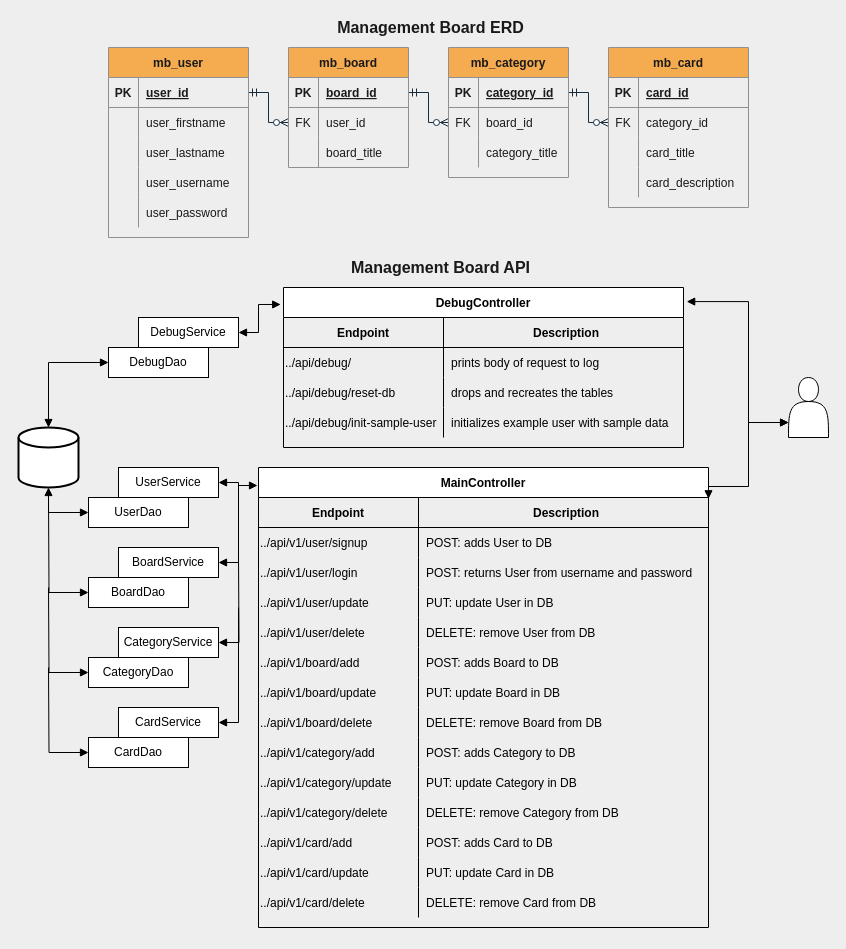
Above: ManagementBoardBack/src/main/resources/db/erd and api.drawio in mjmbuilds/StagingManagementBoardProject (draw.io), before the change. Source tidied: cells renumbered, new cells numbered last; positions are measured from the earlier drawing's top-left corner, leaving out a move shared by most shapes. Both pictures are drawn from the tidied source at 100%, with x=0, y=0 at pixel (18, 17).
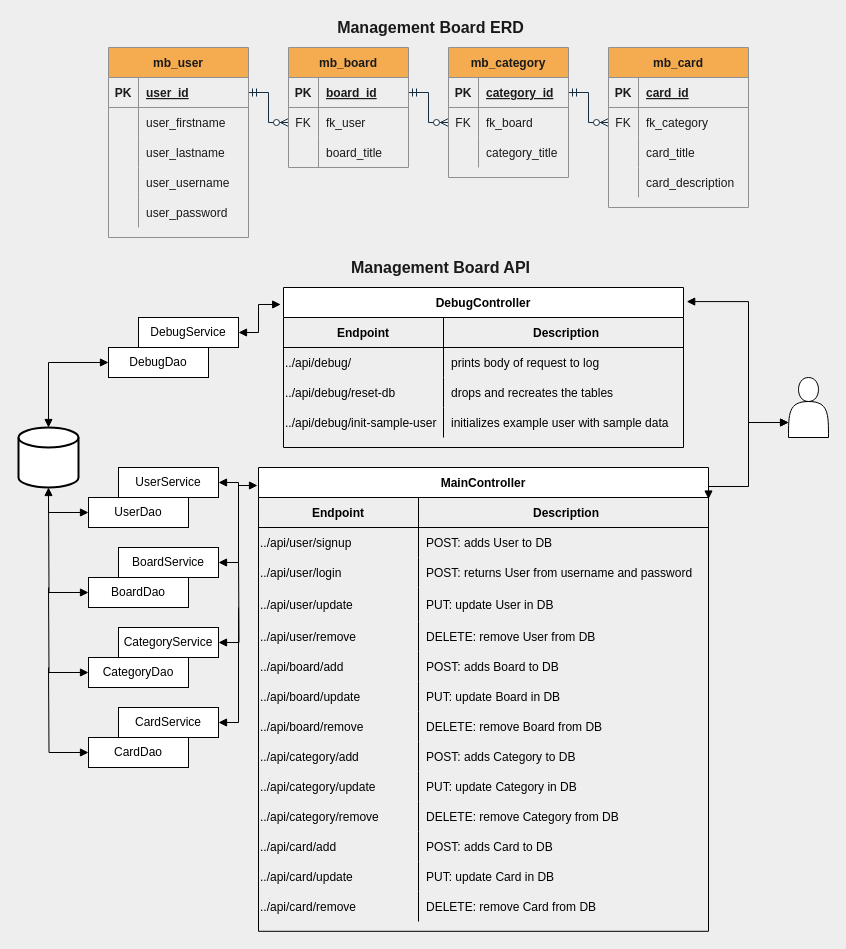
The same page after the edit.

Unchanged cells that the change refers to:
```xml
<mxCell id="29" style="shape=partialRectangle;fillColor=none;top=0;left=0;bottom=0;right=0;points=[[0,0.5],[1,0.5]];portConstraint=eastwest;strokeColor=#909090;fontColor=#1A1A1A;" parent="25" vertex="1">
  <mxGeometry y="60" width="120" height="30" as="geometry" />
</mxCell>
<mxCell id="39" style="shape=partialRectangle;fillColor=none;top=0;left=0;bottom=0;right=0;points=[[0,0.5],[1,0.5]];portConstraint=eastwest;strokeColor=#909090;fontColor=#1A1A1A;" parent="35" vertex="1">
  <mxGeometry y="60" width="120" height="30" as="geometry" />
</mxCell>
<mxCell id="49" style="shape=partialRectangle;fillColor=none;top=0;left=0;bottom=0;right=0;points=[[0,0.5],[1,0.5]];portConstraint=eastwest;strokeColor=#909090;fontColor=#1A1A1A;" parent="45" vertex="1">
  <mxGeometry y="60" width="140" height="30" as="geometry" />
</mxCell>
<mxCell id="62" style="shape=partialRectangle;fillColor=none;top=0;left=0;bottom=0;right=0;" parent="58" vertex="1">
  <mxGeometry y="60" width="450" height="30" as="geometry" />
</mxCell>
<mxCell id="65" style="shape=partialRectangle;fillColor=none;top=0;left=0;bottom=0;right=0;" parent="58" vertex="1">
  <mxGeometry y="90" width="450" height="30" as="geometry" />
</mxCell>
```

What changed in the source:
```diff
@@
-    <mxCell id="31" value="user_id" style="shape=partialRectangle;fillColor=none;top=0;left=0;bottom=0;right=0;align=left;spacingLeft=6;overflow=hidden;strokeColor=#909090;fontColor=#1A1A1A;" parent="29" vertex="1">
+    <mxCell id="31" value="fk_user" style="shape=partialRectangle;fillColor=none;top=0;left=0;bottom=0;right=0;align=left;spacingLeft=6;overflow=hidden;strokeColor=#909090;fontColor=#1A1A1A;" parent="29" vertex="1">
       <mxGeometry x="30" width="90" height="30" as="geometry" />
     </mxCell>
@@
-    <mxCell id="41" value="board_id" style="shape=partialRectangle;fillColor=none;top=0;left=0;bottom=0;right=0;align=left;spacingLeft=6;overflow=hidden;strokeColor=#909090;fontColor=#1A1A1A;" parent="39" vertex="1">
+    <mxCell id="41" value="fk_board" style="shape=partialRectangle;fillColor=none;top=0;left=0;bottom=0;right=0;align=left;spacingLeft=6;overflow=hidden;strokeColor=#909090;fontColor=#1A1A1A;" parent="39" vertex="1">
       <mxGeometry x="30" width="90" height="30" as="geometry" />
     </mxCell>
@@
-    <mxCell id="51" value="category_id" style="shape=partialRectangle;fillColor=none;top=0;left=0;bottom=0;right=0;align=left;spacingLeft=6;overflow=hidden;strokeColor=#909090;fontColor=#1A1A1A;" parent="49" vertex="1">
+    <mxCell id="51" value="fk_category" style="shape=partialRectangle;fillColor=none;top=0;left=0;bottom=0;right=0;align=left;spacingLeft=6;overflow=hidden;strokeColor=#909090;fontColor=#1A1A1A;" parent="49" vertex="1">
       <mxGeometry x="30" width="110" height="30" as="geometry" />
     </mxCell>
@@
     <mxCell id="58" value="MainController" style="shape=table;startSize=30;childLayout=tableLayout;rowLines=0;fontStyle=1;align=center;" parent="1" vertex="1">
-      <mxGeometry x="240" y="450" width="450" height="460" as="geometry" />
+      <mxGeometry x="240" y="450" width="450" height="463.8" as="geometry" />
     </mxCell>
@@
-    <mxCell id="63" value="../api/v1/user/signup" style="shape=partialRectangle;fillColor=none;top=0;left=0;bottom=0;right=0;overflow=hidden;align=left;" parent="62" vertex="1">
+    <mxCell id="63" value="../api/user/signup" style="shape=partialRectangle;fillColor=none;top=0;left=0;bottom=0;right=0;overflow=hidden;align=left;" parent="62" vertex="1">
       <mxGeometry width="160" height="30" as="geometry" />
     </mxCell>
@@
-    <mxCell id="66" value="../api/v1/user/login" style="shape=partialRectangle;fillColor=none;top=0;left=0;bottom=0;right=0;overflow=hidden;align=left;" parent="65" vertex="1">
+    <mxCell id="66" value="../api/user/login" style="shape=partialRectangle;fillColor=none;top=0;left=0;bottom=0;right=0;overflow=hidden;align=left;" parent="65" vertex="1">
       <mxGeometry width="160" height="30" as="geometry" />
     </mxCell>
@@
     <mxCell id="68" style="shape=partialRectangle;fillColor=none;top=0;left=0;bottom=0;right=0;" parent="58" vertex="1">
-      <mxGeometry y="120" width="450" height="30" as="geometry" />
+      <mxGeometry y="120" width="450" height="34" as="geometry" />
     </mxCell>
-    <mxCell id="69" value="../api/v1/user/update" style="shape=partialRectangle;fillColor=none;top=0;left=0;bottom=0;right=0;overflow=hidden;align=left;" parent="68" vertex="1">
-      <mxGeometry width="160" height="30" as="geometry" />
+    <mxCell id="69" value="../api/user/update" style="shape=partialRectangle;fillColor=none;top=0;left=0;bottom=0;right=0;overflow=hidden;align=left;" parent="68" vertex="1">
+      <mxGeometry width="160" height="34" as="geometry" />
     </mxCell>
     <mxCell id="70" value="PUT: update User in DB" style="shape=partialRectangle;fillColor=none;top=0;left=0;bottom=0;right=0;align=left;spacingLeft=6;overflow=hidden;" parent="68" vertex="1">
-      <mxGeometry x="160" width="290" height="30" as="geometry" />
+      <mxGeometry x="160" width="290" height="34" as="geometry" />
     </mxCell>
     <mxCell id="71" style="shape=partialRectangle;fillColor=none;top=0;left=0;bottom=0;right=0;" parent="58" vertex="1">
-      <mxGeometry y="150" width="450" height="30" as="geometry" />
+      <mxGeometry y="154" width="450" height="30" as="geometry" />
     </mxCell>
-    <mxCell id="72" value="../api/v1/user/delete" style="shape=partialRectangle;fillColor=none;top=0;left=0;bottom=0;right=0;overflow=hidden;align=left;" parent="71" vertex="1">
+    <mxCell id="72" value="../api/user/remove" style="shape=partialRectangle;fillColor=none;top=0;left=0;bottom=0;right=0;overflow=hidden;align=left;" parent="71" vertex="1">
       <mxGeometry width="160" height="30" as="geometry" />
     </mxCell>
@@
     <mxCell id="74" style="shape=partialRectangle;fillColor=none;top=0;left=0;bottom=0;right=0;" parent="58" vertex="1">
-      <mxGeometry y="180" width="450" height="30" as="geometry" />
+      <mxGeometry y="184" width="450" height="30" as="geometry" />
     </mxCell>
-    <mxCell id="75" value="../api/v1/board/add" style="shape=partialRectangle;fillColor=none;top=0;left=0;bottom=0;right=0;overflow=hidden;align=left;" parent="74" vertex="1">
+    <mxCell id="75" value="../api/board/add" style="shape=partialRectangle;fillColor=none;top=0;left=0;bottom=0;right=0;overflow=hidden;align=left;" parent="74" vertex="1">
       <mxGeometry width="160" height="30" as="geometry" />
     </mxCell>
@@
     <mxCell id="77" style="shape=partialRectangle;fillColor=none;top=0;left=0;bottom=0;right=0;" parent="58" vertex="1">
-      <mxGeometry y="210" width="450" height="30" as="geometry" />
+      <mxGeometry y="214" width="450" height="30" as="geometry" />
     </mxCell>
-    <mxCell id="78" value="../api/v1/board/update" style="shape=partialRectangle;fillColor=none;top=0;left=0;bottom=0;right=0;overflow=hidden;align=left;" parent="77" vertex="1">
+    <mxCell id="78" value="../api/board/update" style="shape=partialRectangle;fillColor=none;top=0;left=0;bottom=0;right=0;overflow=hidden;align=left;" parent="77" vertex="1">
       <mxGeometry width="160" height="30" as="geometry" />
     </mxCell>
@@
     <mxCell id="80" style="shape=partialRectangle;fillColor=none;top=0;left=0;bottom=0;right=0;" parent="58" vertex="1">
-      <mxGeometry y="240" width="450" height="30" as="geometry" />
+      <mxGeometry y="244" width="450" height="30" as="geometry" />
     </mxCell>
-    <mxCell id="81" value="../api/v1/board/delete" style="shape=partialRectangle;fillColor=none;top=0;left=0;bottom=0;right=0;overflow=hidden;align=left;" parent="80" vertex="1">
+    <mxCell id="81" value="../api/board/remove" style="shape=partialRectangle;fillColor=none;top=0;left=0;bottom=0;right=0;overflow=hidden;align=left;" parent="80" vertex="1">
       <mxGeometry width="160" height="30" as="geometry" />
     </mxCell>
@@
     <mxCell id="83" style="shape=partialRectangle;fillColor=none;top=0;left=0;bottom=0;right=0;" parent="58" vertex="1">
-      <mxGeometry y="270" width="450" height="30" as="geometry" />
+      <mxGeometry y="274" width="450" height="30" as="geometry" />
     </mxCell>
-    <mxCell id="84" value="../api/v1/category/add" style="shape=partialRectangle;fillColor=none;top=0;left=0;bottom=0;right=0;overflow=hidden;align=left;" parent="83" vertex="1">
+    <mxCell id="84" value="../api/category/add" style="shape=partialRectangle;fillColor=none;top=0;left=0;bottom=0;right=0;overflow=hidden;align=left;" parent="83" vertex="1">
       <mxGeometry width="160" height="30" as="geometry" />
     </mxCell>
@@
     <mxCell id="86" style="shape=partialRectangle;fillColor=none;top=0;left=0;bottom=0;right=0;" parent="58" vertex="1">
-      <mxGeometry y="300" width="450" height="30" as="geometry" />
+      <mxGeometry y="304" width="450" height="30" as="geometry" />
     </mxCell>
-    <mxCell id="87" value="../api/v1/category/update" style="shape=partialRectangle;fillColor=none;top=0;left=0;bottom=0;right=0;overflow=hidden;align=left;" parent="86" vertex="1">
+    <mxCell id="87" value="../api/category/update" style="shape=partialRectangle;fillColor=none;top=0;left=0;bottom=0;right=0;overflow=hidden;align=left;" parent="86" vertex="1">
       <mxGeometry width="160" height="30" as="geometry" />
     </mxCell>
@@
     <mxCell id="89" style="shape=partialRectangle;fillColor=none;top=0;left=0;bottom=0;right=0;" parent="58" vertex="1">
-      <mxGeometry y="330" width="450" height="30" as="geometry" />
+      <mxGeometry y="334" width="450" height="30" as="geometry" />
     </mxCell>
-    <mxCell id="90" value="../api/v1/category/delete" style="shape=partialRectangle;fillColor=none;top=0;left=0;bottom=0;right=0;overflow=hidden;align=left;" parent="89" vertex="1">
+    <mxCell id="90" value="../api/category/remove" style="shape=partialRectangle;fillColor=none;top=0;left=0;bottom=0;right=0;overflow=hidden;align=left;" parent="89" vertex="1">
       <mxGeometry width="160" height="30" as="geometry" />
     </mxCell>
@@
     <mxCell id="92" style="shape=partialRectangle;fillColor=none;top=0;left=0;bottom=0;right=0;" parent="58" vertex="1">
-      <mxGeometry y="360" width="450" height="30" as="geometry" />
+      <mxGeometry y="364" width="450" height="30" as="geometry" />
     </mxCell>
-    <mxCell id="93" value="../api/v1/card/add" style="shape=partialRectangle;fillColor=none;top=0;left=0;bottom=0;right=0;overflow=hidden;align=left;" parent="92" vertex="1">
+    <mxCell id="93" value="../api/card/add" style="shape=partialRectangle;fillColor=none;top=0;left=0;bottom=0;right=0;overflow=hidden;align=left;" parent="92" vertex="1">
       <mxGeometry width="160" height="30" as="geometry" />
     </mxCell>
@@
     <mxCell id="95" style="shape=partialRectangle;fillColor=none;top=0;left=0;bottom=0;right=0;" parent="58" vertex="1">
-      <mxGeometry y="390" width="450" height="30" as="geometry" />
+      <mxGeometry y="394" width="450" height="30" as="geometry" />
     </mxCell>
-    <mxCell id="96" value="../api/v1/card/update" style="shape=partialRectangle;fillColor=none;top=0;left=0;bottom=0;right=0;overflow=hidden;align=left;" parent="95" vertex="1">
+    <mxCell id="96" value="../api/card/update" style="shape=partialRectangle;fillColor=none;top=0;left=0;bottom=0;right=0;overflow=hidden;align=left;" parent="95" vertex="1">
       <mxGeometry width="160" height="30" as="geometry" />
     </mxCell>
@@
     <mxCell id="98" style="shape=partialRectangle;fillColor=none;top=0;left=0;bottom=0;right=0;" parent="58" vertex="1">
-      <mxGeometry y="420" width="450" height="30" as="geometry" />
+      <mxGeometry y="424" width="450" height="30" as="geometry" />
     </mxCell>
-    <mxCell id="99" value="../api/v1/card/delete" style="shape=partialRectangle;fillColor=none;top=0;left=0;bottom=0;right=0;overflow=hidden;align=left;" parent="98" vertex="1">
+    <mxCell id="99" value="../api/card/remove" style="shape=partialRectangle;fillColor=none;top=0;left=0;bottom=0;right=0;overflow=hidden;align=left;" parent="98" vertex="1">
       <mxGeometry width="160" height="30" as="geometry" />
     </mxCell>
```
